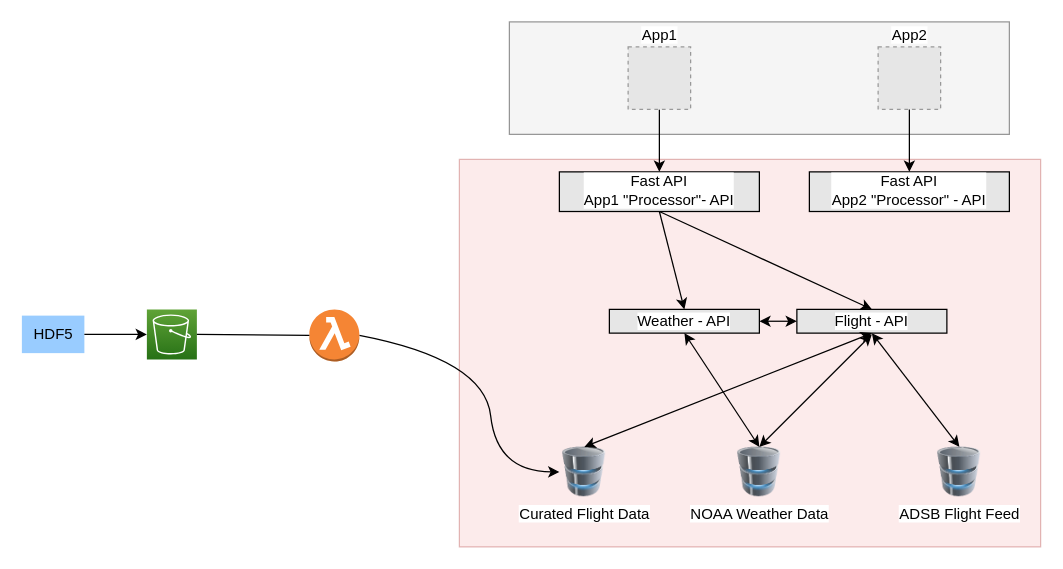
The draw.io diagram drawio/sprint1.drawio in hoangtranl3/SmartNodeSprint, before the edit. Source tidied: cells renumbered, new cells numbered last; positions are measured from the earlier drawing's top-left corner, leaving out a move shared by most shapes. Both pictures are drawn from the tidied source at 125%, with x=0, y=0 at pixel (21, 21). Pictures stored in the file or linked from it are replaced by grey dashed boxes.
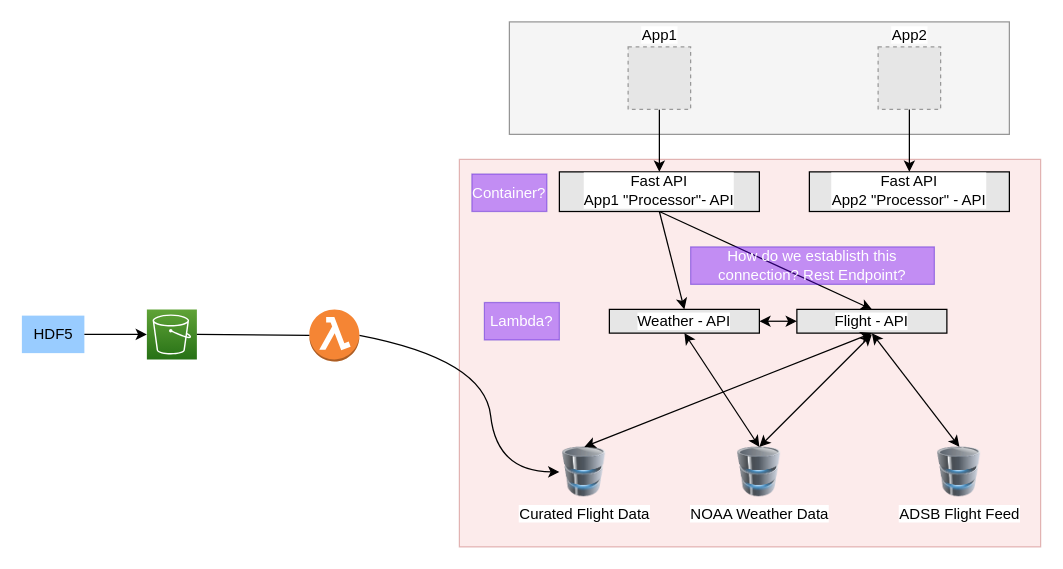
Above is the later version.

Diff of the diagram source:
```diff
@@
+    <mxCell id="28" value="Container?" style="text;html=1;strokeColor=#3700CC;fillColor=#6a00ff;align=center;verticalAlign=middle;whiteSpace=wrap;rounded=0;opacity=40;fontColor=#ffffff;" parent="1" vertex="1">
+      <mxGeometry x="360" y="121.7" width="60" height="30" as="geometry" />
+    </mxCell>
+    <mxCell id="29" value="Lambda?" style="text;html=1;strokeColor=#3700CC;fillColor=#6a00ff;align=center;verticalAlign=middle;whiteSpace=wrap;rounded=0;opacity=40;fontColor=#ffffff;" parent="1" vertex="1">
+      <mxGeometry x="370" y="224.5" width="60" height="30" as="geometry" />
+    </mxCell>
+    <mxCell id="30" value="How do we establisth this connection? Rest Endpoint?" style="text;html=1;strokeColor=#3700CC;fillColor=#6a00ff;align=center;verticalAlign=middle;whiteSpace=wrap;rounded=0;opacity=40;fontColor=#ffffff;" parent="1" vertex="1">
+      <mxGeometry x="535" y="180" width="195" height="30" as="geometry" />
+    </mxCell>
```
